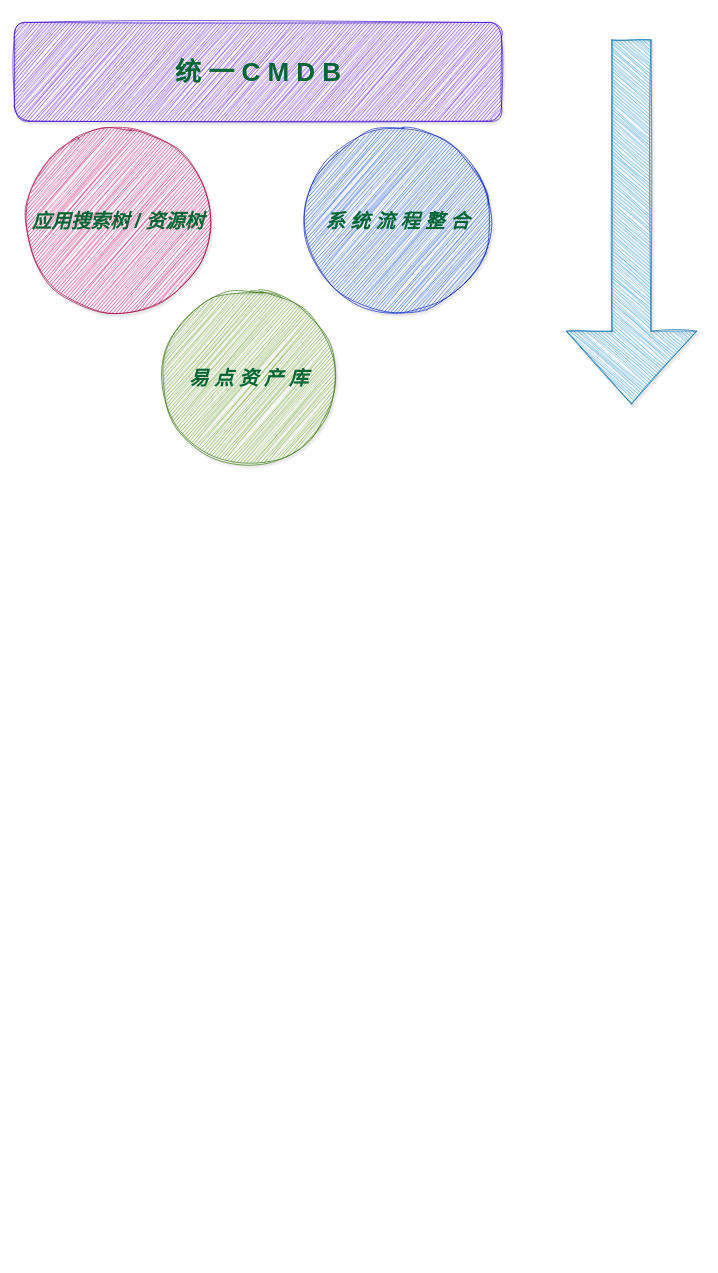
z7658329/my-utils keeps this draw.io diagram as 统一CMDBV2.drawio. Above is the earlier version. Source tidied: cells renumbered, new cells numbered last; positions are measured from the earlier drawing's top-left corner, leaving out a move shared by most shapes. Both pictures are drawn from the tidied source at 65%, with x=0, y=0 at pixel (14, 22).
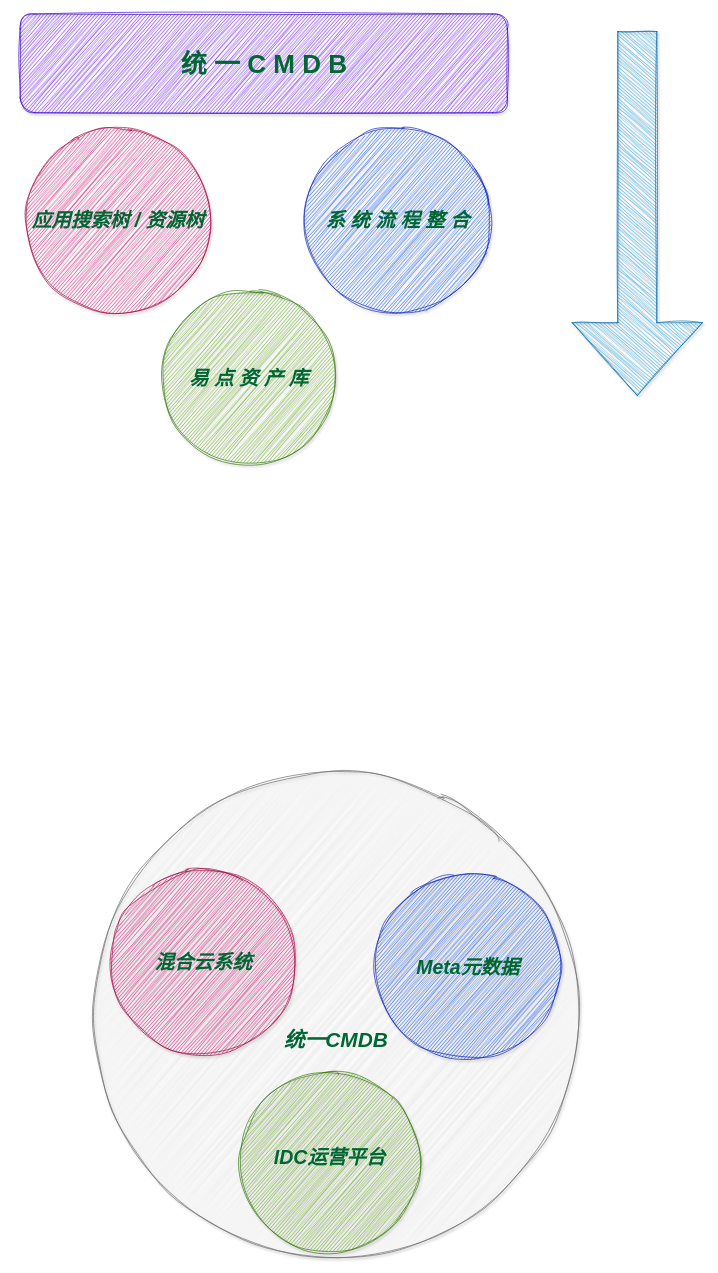
The same diagram, later.

What changed in the source:
```diff
@@
 <mxGraphModel>
   <root>
     <mxCell id="0" />
     <mxCell id="1" parent="0" />
+    <mxCell id="7" value="&lt;div&gt;&lt;font style=&quot;color: rgb(0, 102, 51); font-size: 32px;&quot;&gt;&lt;b style=&quot;&quot;&gt;&lt;i style=&quot;&quot;&gt;&lt;br&gt;&lt;/i&gt;&lt;/b&gt;&lt;/font&gt;&lt;/div&gt;&lt;font style=&quot;color: rgb(0, 102, 51); font-size: 32px;&quot;&gt;&lt;b style=&quot;&quot;&gt;&lt;i style=&quot;&quot;&gt;&lt;div style=&quot;&quot;&gt;&lt;font style=&quot;color: rgb(0, 102, 51);&quot;&gt;&lt;br&gt;&lt;/font&gt;&lt;/div&gt;统一CMDB&lt;/i&gt;&lt;/b&gt;&lt;/font&gt;" style="ellipse;whiteSpace=wrap;html=1;fillColor=#f5f5f5;fontColor=#333333;strokeColor=#666666;sketch=1;curveFitting=1;jiggle=2;shadow=1;" parent="1" vertex="1">
+      <mxGeometry x="122" y="1153" width="747" height="747" as="geometry" />
+    </mxCell>
     <mxCell id="2" value="&lt;b&gt;&lt;font style=&quot;color: rgb(0, 102, 51); font-size: 40px;&quot;&gt;统 一 C M D B&lt;/font&gt;&lt;/b&gt;" style="rounded=1;whiteSpace=wrap;html=1;fillColor=#6a00ff;strokeColor=#3700CC;shadow=1;sketch=1;curveFitting=1;jiggle=2;glass=0;fontColor=#ffffff;align=center;" parent="1" vertex="1">
-      <mxGeometry x="0.5" width="749.5" height="152" as="geometry" />
+      <mxGeometry x="9.5" y="-13" width="749.5" height="152" as="geometry" />
     </mxCell>
     <mxCell id="3" style="shape=singleArrow;direction=south;whiteSpace=wrap;html=1;fillColor=#1ba1e2;strokeColor=#006EAF;fontColor=#ffffff;shadow=1;sketch=1;curveFitting=1;jiggle=2;" parent="1" vertex="1">
-      <mxGeometry x="850" y="27" width="200" height="560" as="geometry" />
+      <mxGeometry x="859" y="14" width="200" height="560" as="geometry" />
     </mxCell>
     <mxCell id="4" value="&lt;b style=&quot;color: rgb(0, 102, 51); font-size: 30px;&quot;&gt;&lt;i&gt;易 点 资 产 库&lt;/i&gt;&lt;/b&gt;" style="ellipse;whiteSpace=wrap;html=1;fillColor=#60a917;strokeColor=#2D7600;sketch=1;curveFitting=1;jiggle=2;shadow=1;fontColor=#ffffff;" parent="1" vertex="1">
       <mxGeometry x="228" y="413" width="267" height="267" as="geometry" />
     </mxCell>
     <mxCell id="5" value="&lt;b style=&quot;color: rgb(0, 102, 51); font-size: 30px;&quot;&gt;&lt;i&gt;应用搜索树 / 资源树&lt;/i&gt;&lt;/b&gt;" style="ellipse;whiteSpace=wrap;html=1;fillColor=#d80073;strokeColor=#A50040;sketch=1;curveFitting=1;jiggle=2;shadow=1;fontColor=#ffffff;" parent="1" vertex="1">
       <mxGeometry x="18" y="162" width="285" height="285" as="geometry" />
     </mxCell>
     <mxCell id="6" value="&lt;i style=&quot;color: rgb(0, 102, 51); font-size: 30px;&quot;&gt;&lt;b&gt;系 统 流 程 整 合&lt;/b&gt;&lt;/i&gt;" style="ellipse;whiteSpace=wrap;html=1;fillColor=#0050ef;strokeColor=#001DBC;sketch=1;curveFitting=1;jiggle=2;shadow=1;fontColor=#ffffff;" parent="1" vertex="1">
       <mxGeometry x="448" y="162" width="285" height="285" as="geometry" />
     </mxCell>
+    <mxCell id="8" value="&lt;b style=&quot;color: rgb(0, 102, 51); font-size: 30px;&quot;&gt;&lt;i&gt;IDC运营平台&lt;/i&gt;&lt;/b&gt;&lt;div&gt;&lt;br&gt;&lt;/div&gt;" style="ellipse;whiteSpace=wrap;html=1;fillColor=#60a917;strokeColor=#2D7600;sketch=1;curveFitting=1;jiggle=2;shadow=1;fontColor=#ffffff;" parent="1" vertex="1">
+      <mxGeometry x="347" y="1614" width="278" height="278" as="geometry" />
+    </mxCell>
+    <mxCell id="9" value="&lt;font color=&quot;#006633&quot;&gt;&lt;span style=&quot;font-size: 30px;&quot;&gt;&lt;b&gt;&lt;i&gt;混合云系统&lt;/i&gt;&lt;/b&gt;&lt;/span&gt;&lt;/font&gt;" style="ellipse;whiteSpace=wrap;html=1;fillColor=#d80073;strokeColor=#A50040;sketch=1;curveFitting=1;jiggle=2;shadow=1;fontColor=#ffffff;" parent="1" vertex="1">
+      <mxGeometry x="149" y="1303" width="285" height="285" as="geometry" />
+    </mxCell>
+    <mxCell id="10" value="&lt;i style=&quot;color: rgb(0, 102, 51); font-size: 30px;&quot;&gt;&lt;b&gt;Meta元数据&lt;/b&gt;&lt;/i&gt;" style="ellipse;whiteSpace=wrap;html=1;fillColor=#0050ef;strokeColor=#001DBC;sketch=1;curveFitting=1;jiggle=2;shadow=1;fontColor=#ffffff;" parent="1" vertex="1">
+      <mxGeometry x="556" y="1310" width="285" height="285" as="geometry" />
+    </mxCell>
   </root>
 </mxGraphModel>
```
